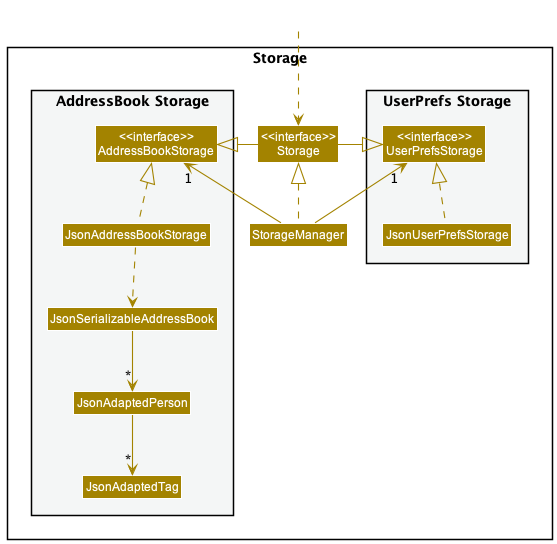
Before: docs/images/StorageClassDiagram.png, a diagram exported from PlantUML (nus-cs2103-AY2223S1/tp).
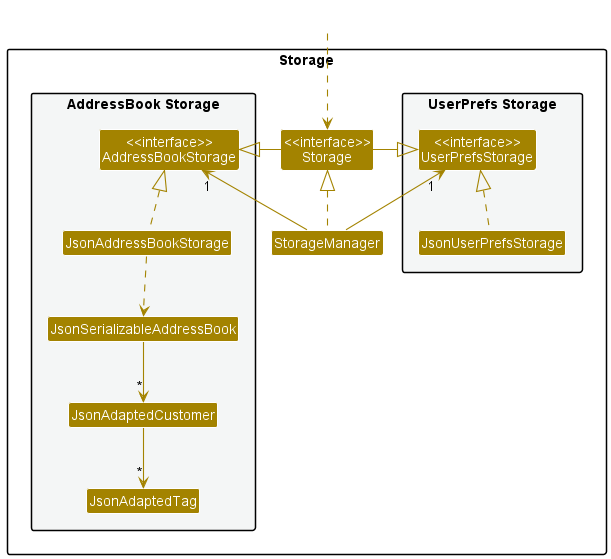
After the commit.

Commit message:
Update model diagram address multiplicity

What changed in the source:
```diff
@@ -18,7 +18,7 @@
 Class "<<interface>>\nAddressBookStorage" as AddressBookStorage
 Class JsonAddressBookStorage
 Class JsonSerializableAddressBook
-Class JsonAdaptedPerson
+Class JsonAdaptedCustomer
 Class JsonAdaptedTag
 }
 
@@ -37,7 +37,7 @@
 JsonUserPrefsStorage .up.|> UserPrefsStorage
 JsonAddressBookStorage .up.|> AddressBookStorage
 JsonAddressBookStorage ..> JsonSerializableAddressBook
-JsonSerializableAddressBook --> "*" JsonAdaptedPerson
-JsonAdaptedPerson --> "*" JsonAdaptedTag
+JsonSerializableAddressBook --> "*" JsonAdaptedCustomer
+JsonAdaptedCustomer --> "*" JsonAdaptedTag
 
 @enduml
```
